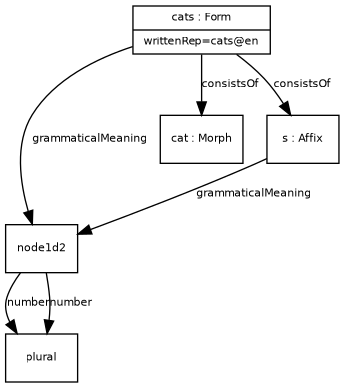
Above: examples/example_3.png in ontolex/morph (Graphviz), before the change. Its source is kept beside it as examples/example_3.dot.
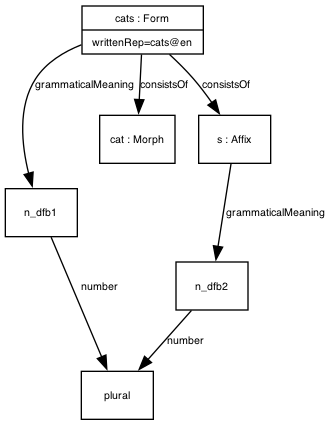
Later version of the same file.

The edit, as a diff of the source:
```diff
@@ -14,14 +14,14 @@
     ]
 
 plural [ label="{plural}" ]
-node1d2 -> plural [ label="number" ]
-node1d2 [ label="{node1d2}" ]
-cats -> node1d2 [ label="grammaticalMeaning" ]
+n_dfb1 -> plural [ label="number" ]
+n_dfb1 [ label="{n_dfb1}" ]
+cats -> n_dfb1 [ label="grammaticalMeaning" ]
 cat [ label="{cat : Morph}" ]
 cats -> cat [ label="consistsOf" ]
-node1d2 -> plural [ label="number" ]
-node1d2 [ label="{node1d2}" ]
-s -> node1d2 [ label="grammaticalMeaning" ]
+n_dfb2 -> plural [ label="number" ]
+n_dfb2 [ label="{n_dfb2}" ]
+s -> n_dfb2 [ label="grammaticalMeaning" ]
 s [ label="{s : Affix}" ]
 cats -> s [ label="consistsOf" ]
 cats [ label="{cats : Form|writtenRep=cats@en}" ]
```
